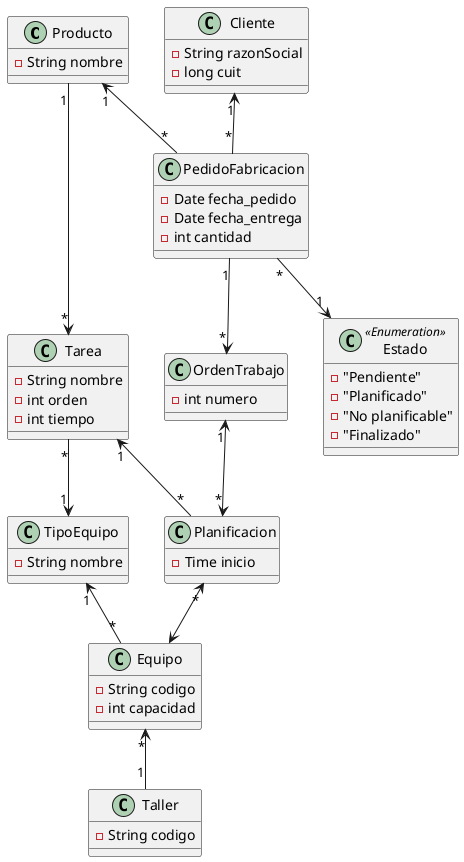
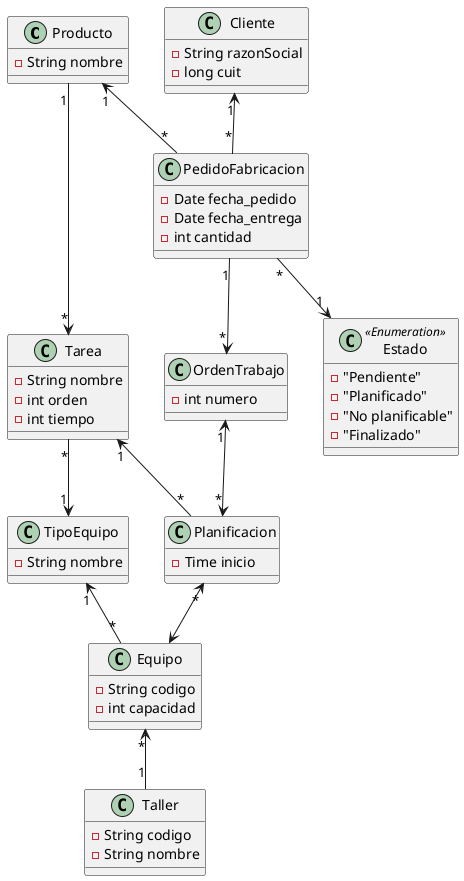
@startuml

class Producto{
  -String nombre
}
class Taller{
  -String codigo
+   -String nombre
}
class TipoEquipo{
  -String nombre
}
class Tarea{
  -String nombre
  -int orden
  -int tiempo
}
class Equipo{
  -String codigo
  -int capacidad
}
class PedidoFabricacion{
  -Date fecha_pedido
  -Date fecha_entrega
  -int cantidad
}
class OrdenTrabajo{
  -int numero
}
class Planificacion{
  -Time inicio
}
class Estado<<Enumeration>>{
  -"Pendiente"
  -"Planificado"
  -"No planificable"
  -"Finalizado"
}
class Cliente{
  -String razonSocial
  -long cuit
}

Producto "1" <-- "*" PedidoFabricacion
Equipo "*" <-- "1" Taller
Producto "1" --> "*" Tarea
OrdenTrabajo "1" <--> "*" Planificacion
Planificacion "*"<--> Equipo
TipoEquipo "1" <-- "*" Equipo
Tarea "*" --> "1" TipoEquipo
Tarea "1" <-- "*" Planificacion
PedidoFabricacion "1" --> "*" OrdenTrabajo
PedidoFabricacion "*" --> "1" Estado
Cliente "1" <-- "*" PedidoFabricacion

@enduml
